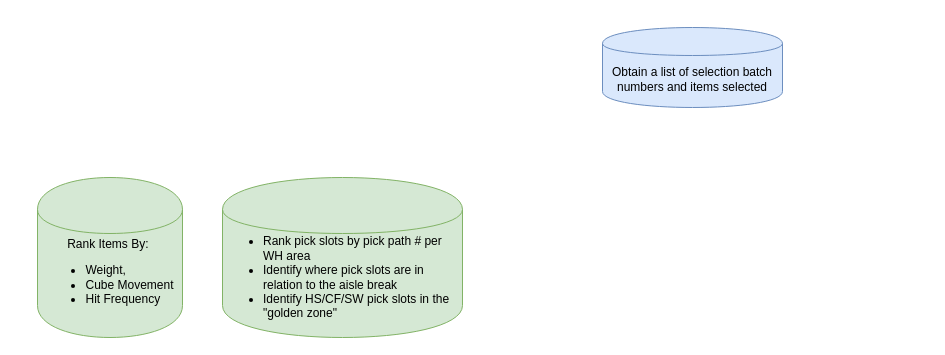
Earlier version of the draw.io diagram Untitled Diagram.drawio (jerestat/hello-world). Source tidied: cells renumbered, new cells numbered last; positions are measured from the earlier drawing's top-left corner, leaving out a move shared by most shapes. Both pictures are drawn from the tidied source at 100%, with x=0, y=0 at pixel (37, 27).
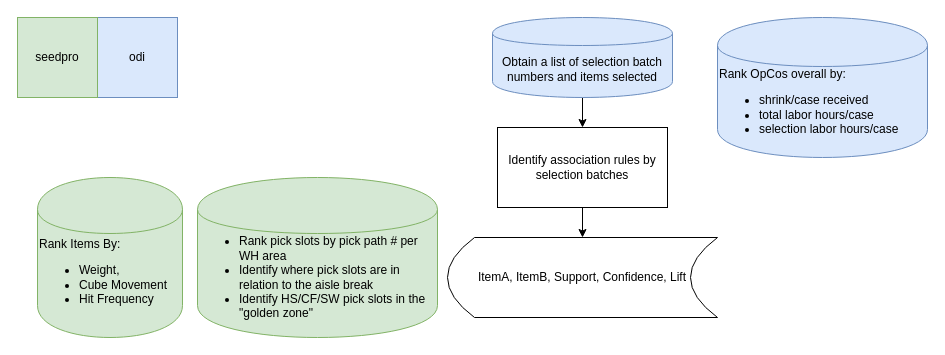
The same diagram, later.

Diff of the diagram source:
```diff
@@
 <mxGraphModel>
   <root>
     <mxCell id="0" />
     <mxCell id="1" parent="0" />
-    <mxCell id="2" value="&lt;span style=&quot;text-align: left ; white-space: normal&quot;&gt;Rank Items By:&amp;nbsp;&lt;/span&gt;&lt;br style=&quot;text-align: left ; white-space: normal&quot;&gt;&lt;ul style=&quot;text-align: left ; white-space: normal&quot;&gt;&lt;li&gt;Weight,&lt;/li&gt;&lt;li&gt;Cube Movement&lt;/li&gt;&lt;li&gt;Hit Frequency&lt;/li&gt;&lt;/ul&gt;" style="shape=cylinder;whiteSpace=wrap;html=1;boundedLbl=1;backgroundOutline=1;glass=0;fillColor=#d5e8d4;strokeColor=#82b366;" parent="1" vertex="1">
+    <mxCell id="2" value="&lt;span style=&quot;white-space: normal&quot;&gt;Rank Items By:&amp;nbsp;&lt;/span&gt;&lt;br style=&quot;white-space: normal&quot;&gt;&lt;ul style=&quot;white-space: normal&quot;&gt;&lt;li&gt;Weight,&lt;/li&gt;&lt;li&gt;Cube Movement&lt;/li&gt;&lt;li&gt;Hit Frequency&lt;/li&gt;&lt;/ul&gt;" style="shape=cylinder;whiteSpace=wrap;html=1;boundedLbl=1;backgroundOutline=1;glass=0;fillColor=#d5e8d4;strokeColor=#82b366;align=left;" parent="1" vertex="1">
       <mxGeometry y="150" width="145" height="160" as="geometry" />
     </mxCell>
-    <mxCell id="3" value="&lt;ul style=&quot;text-align: left ; white-space: normal&quot;&gt;&lt;li&gt;Rank pick slots by pick path # per WH area&lt;/li&gt;&lt;li&gt;Identify where pick slots are in relation to the aisle break&amp;nbsp;&lt;/li&gt;&lt;li&gt;Identify HS/CF/SW pick slots in the &quot;golden zone&quot;&lt;/li&gt;&lt;/ul&gt;" style="shape=cylinder;whiteSpace=wrap;html=1;boundedLbl=1;backgroundOutline=1;glass=0;fillColor=#d5e8d4;strokeColor=#82b366;" parent="1" vertex="1">
-      <mxGeometry x="185" y="150" width="240" height="160" as="geometry" />
+    <mxCell id="3" value="&lt;ul style=&quot;white-space: normal&quot;&gt;&lt;li&gt;Rank pick slots by pick path # per WH area&lt;/li&gt;&lt;li&gt;Identify where pick slots are in relation to the aisle break&amp;nbsp;&lt;/li&gt;&lt;li&gt;Identify HS/CF/SW pick slots in the &quot;golden zone&quot;&lt;/li&gt;&lt;/ul&gt;" style="shape=cylinder;whiteSpace=wrap;html=1;boundedLbl=1;backgroundOutline=1;glass=0;fillColor=#d5e8d4;strokeColor=#82b366;align=left;" parent="1" vertex="1">
+      <mxGeometry x="160" y="150" width="240" height="160" as="geometry" />
     </mxCell>
+    <mxCell id="5" style="edgeStyle=orthogonalEdgeStyle;rounded=0;jettySize=auto;html=1;exitX=0.5;exitY=1;exitDx=0;exitDy=0;" parent="1" edge="1" source="4" target="8">
+      <mxGeometry relative="1" as="geometry" />
+    </mxCell>
     <mxCell id="4" value="&lt;span style=&quot;white-space: normal&quot;&gt;Obtain a list of selection batch numbers and items selected&lt;/span&gt;" style="shape=cylinder;whiteSpace=wrap;html=1;boundedLbl=1;backgroundOutline=1;glass=0;fillColor=#dae8fc;strokeColor=#6c8ebf;" parent="1" vertex="1">
-      <mxGeometry x="565" width="180" height="80" as="geometry" />
+      <mxGeometry x="455" y="-10" width="180" height="80" as="geometry" />
     </mxCell>
+    <mxCell id="6" value="ItemA, ItemB, Support, Confidence, Lift" style="shape=dataStorage;whiteSpace=wrap;html=1;glass=0;" parent="1" vertex="1">
+      <mxGeometry x="410" y="210" width="270" height="80" as="geometry" />
+    </mxCell>
+    <mxCell id="7" style="edgeStyle=orthogonalEdgeStyle;rounded=0;jettySize=auto;html=1;exitX=0.5;exitY=1;exitDx=0;exitDy=0;entryX=0.5;entryY=0;entryDx=0;entryDy=0;" parent="1" edge="1" source="8" target="6">
+      <mxGeometry relative="1" as="geometry" />
+    </mxCell>
+    <mxCell id="8" value="Identify association rules by selection batches" style="rounded=0;whiteSpace=wrap;html=1;glass=0;" parent="1" vertex="1">
+      <mxGeometry x="460" y="100" width="170" height="80" as="geometry" />
+    </mxCell>
+    <mxCell id="9" value="odi" style="whiteSpace=wrap;html=1;glass=0;fillColor=#dae8fc;strokeColor=#6c8ebf;" parent="1" vertex="1">
+      <mxGeometry x="60" y="-10" width="80" height="80" as="geometry" />
+    </mxCell>
+    <mxCell id="10" value="seedpro" style="whiteSpace=wrap;html=1;glass=0;fillColor=#d5e8d4;strokeColor=#82b366;" parent="1" vertex="1">
+      <mxGeometry x="-20" y="-10" width="80" height="80" as="geometry" />
+    </mxCell>
+    <mxCell id="11" value="&lt;span style=&quot;white-space: normal&quot;&gt;Rank OpCos overall by: &lt;br&gt;&lt;ul&gt;&lt;li&gt;&lt;span style=&quot;white-space: normal&quot;&gt;shrink/case received&lt;/span&gt;&lt;/li&gt;&lt;li&gt;total labor hours/case&lt;/li&gt;&lt;li&gt;selection labor hours/case&lt;/li&gt;&lt;/ul&gt;&lt;/span&gt;" style="shape=cylinder;whiteSpace=wrap;html=1;boundedLbl=1;backgroundOutline=1;glass=0;fillColor=#dae8fc;strokeColor=#6c8ebf;align=left;" parent="1" vertex="1">
+      <mxGeometry x="680" y="-10" width="210" height="140" as="geometry" />
+    </mxCell>
   </root>
 </mxGraphModel>
```
